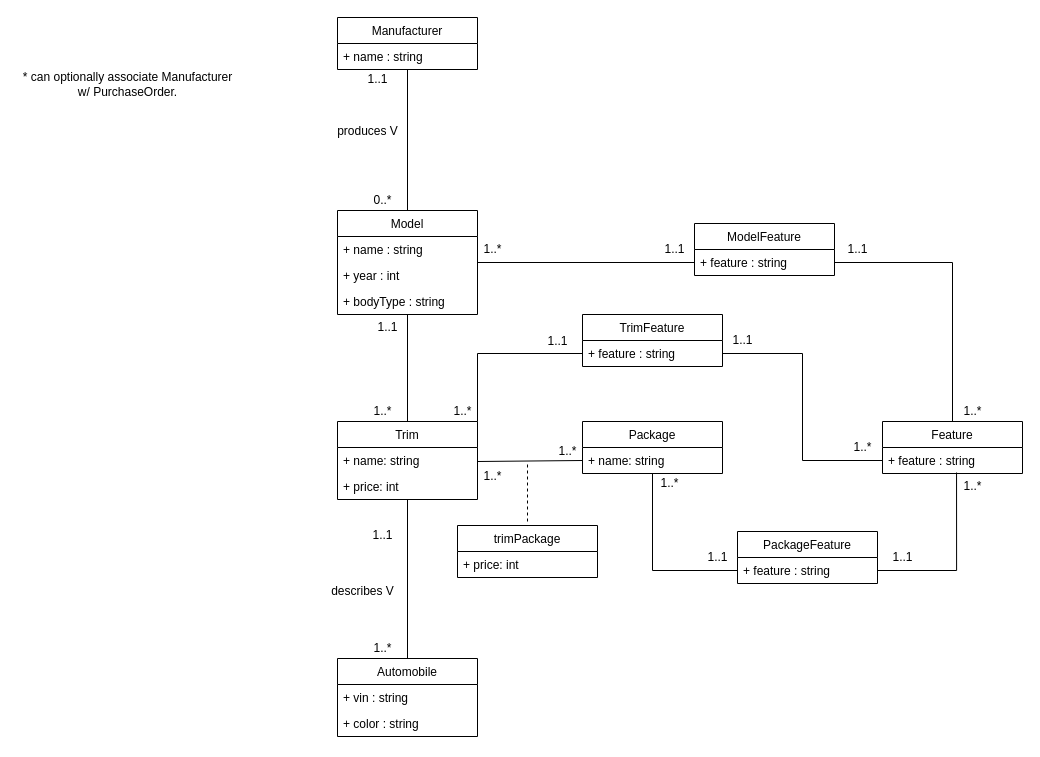
This is page "UML" (1 of 2) of Project 2.drawio from AnthraciteData/CECS-323-, a draw.io file, before an edit. Source tidied: cells renumbered, new cells numbered last; positions are measured from the earlier drawing's top-left corner, leaving out a move shared by most shapes. Both pictures are drawn from the tidied source at 100%, with x=0, y=0 at pixel (17, 17).
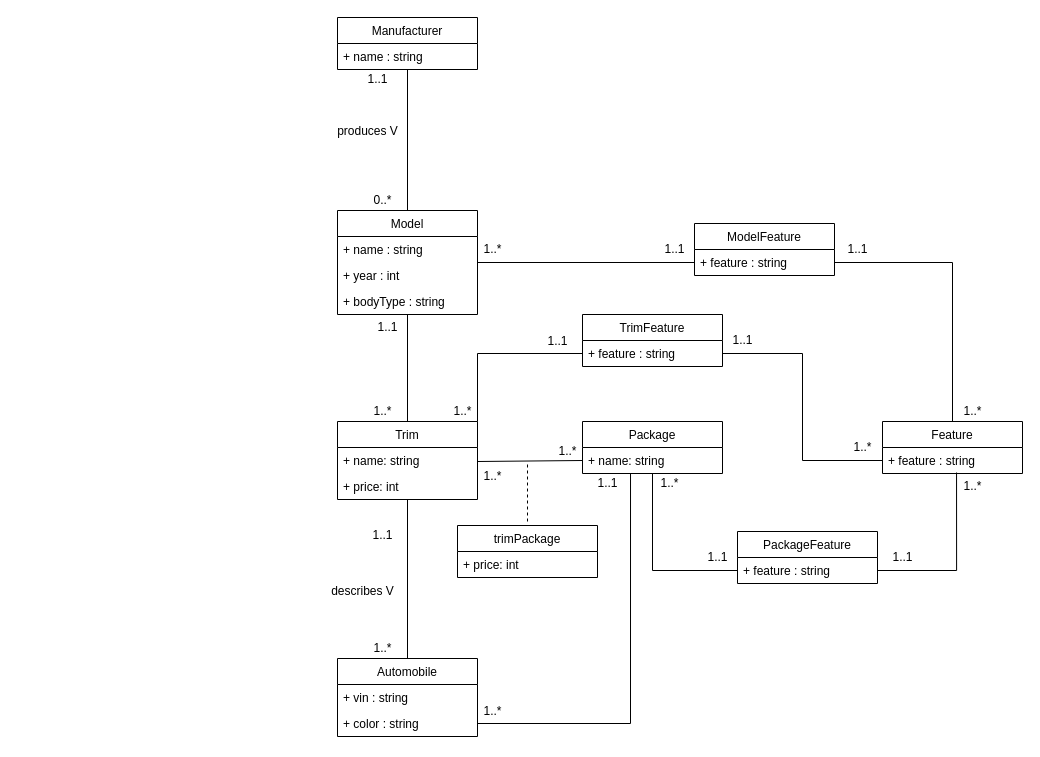
The same page after the edit.

Unchanged cells that the change refers to:
```xml
<mxCell id="4" value="+ color : string" style="text;strokeColor=none;fillColor=none;align=left;verticalAlign=top;spacingLeft=4;spacingRight=4;overflow=hidden;points=[[0,0.5],[1,0.5]];portConstraint=eastwest;" parent="2" vertex="1">
  <mxGeometry y="52" width="140" height="26" as="geometry" />
</mxCell>
<mxCell id="27" value="+ name: string" style="text;strokeColor=none;fillColor=none;align=left;verticalAlign=top;spacingLeft=4;spacingRight=4;overflow=hidden;points=[[0,0.5],[1,0.5]];portConstraint=eastwest;" parent="26" vertex="1">
  <mxGeometry y="26" width="140" height="26" as="geometry" />
</mxCell>
```

Diff of the diagram source:
```diff
@@
-    <mxCell id="18" value="* can optionally associate Manufacturer&lt;br&gt;w/ PurchaseOrder." style="text;html=1;align=center;verticalAlign=middle;strokeColor=none;fillColor=none;" parent="1" vertex="1">
-      <mxGeometry y="52" width="220" height="30" as="geometry" />
-    </mxCell>
@@
+    <mxCell id="60" value="1..1" style="text;html=1;align=center;verticalAlign=middle;strokeColor=none;fillColor=none;" parent="1" vertex="1">
+      <mxGeometry x="570" y="456" width="40" height="20" as="geometry" />
+    </mxCell>
+    <mxCell id="61" value="1..*" style="text;html=1;align=center;verticalAlign=middle;strokeColor=none;fillColor=none;" parent="1" vertex="1">
+      <mxGeometry x="460" y="684" width="30" height="20" as="geometry" />
+    </mxCell>
+    <mxCell id="62" style="edgeStyle=orthogonalEdgeStyle;rounded=0;jettySize=auto;html=1;exitX=1;exitY=0.5;exitDx=0;exitDy=0;entryX=0.343;entryY=1;entryDx=0;entryDy=0;entryPerimeter=0;endArrow=none;endFill=0;" parent="1" edge="1" source="4" target="27">
+      <mxGeometry relative="1" as="geometry" />
+    </mxCell>
```
